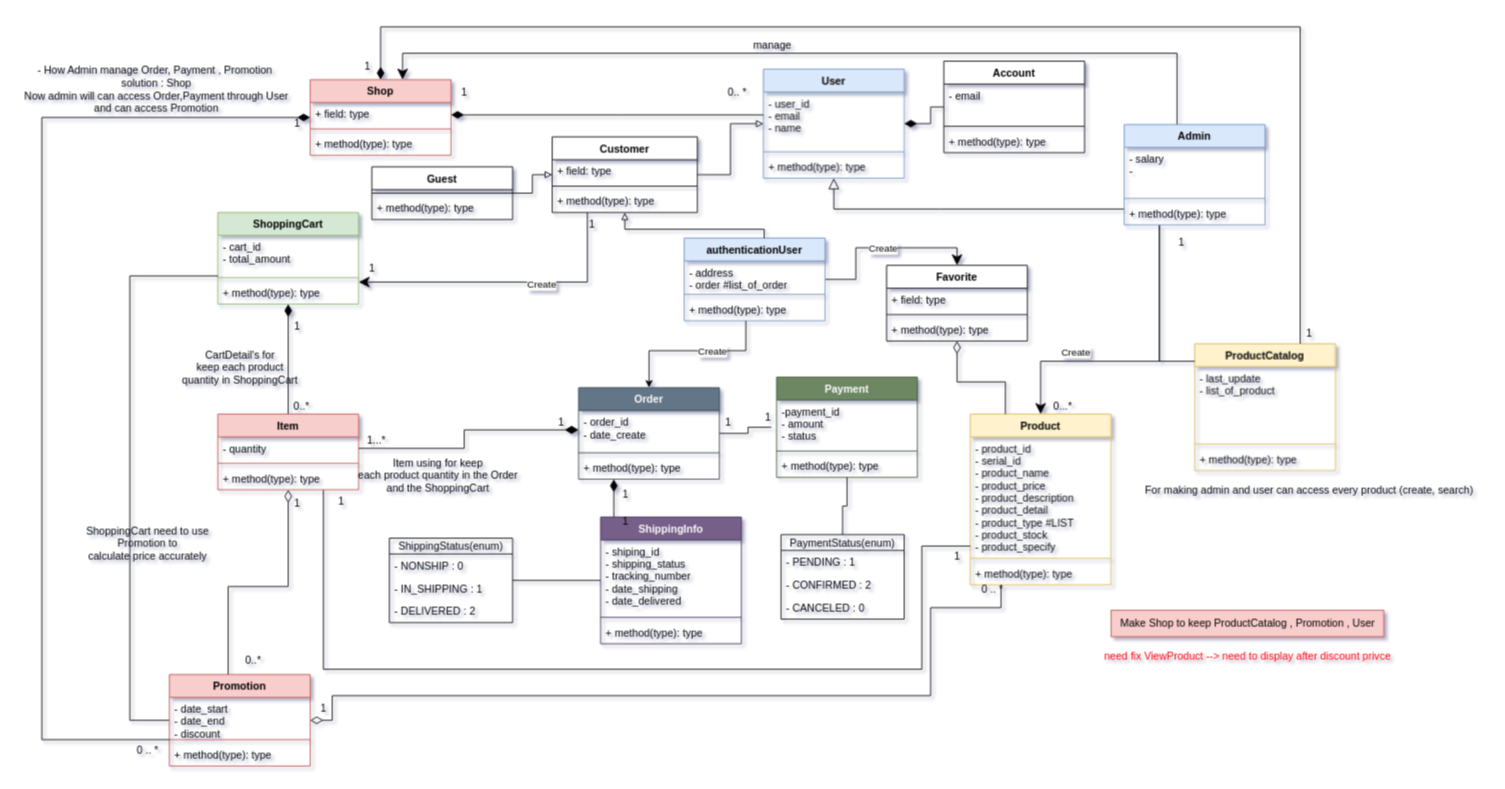
Maikittitee/4u2-oop-project keeps this draw.io diagram as page "Class Diagram" (1 of 3) of source/class_diagram_4u2_renew.drawio. Above is the earlier version. Source tidied: cells renumbered, new cells numbered last; positions are measured from the earlier drawing's top-left corner, leaving out a move shared by most shapes. Both pictures are drawn from the tidied source at 88%, with x=0, y=0 at pixel (15, 26).
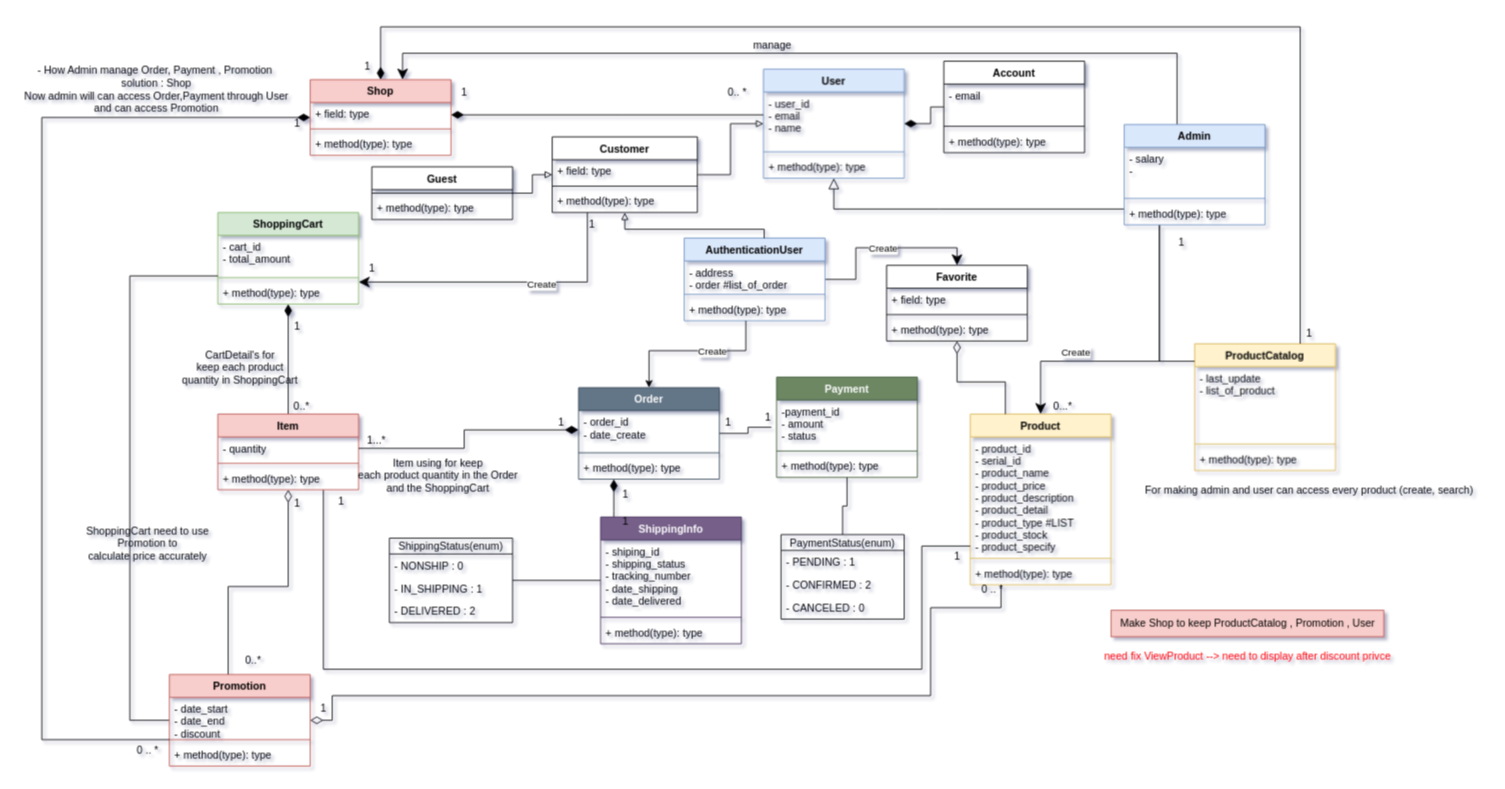
After the change.

The edit, as a diff of the source:
```diff
@@
-    <mxCell id="20" value="authenticationUser" style="swimlane;fontStyle=1;align=center;verticalAlign=top;horizontal=1;startSize=26;fillColor=#dae8fc;strokeColor=#6c8ebf;" parent="1" vertex="1">
+    <mxCell id="20" value="AuthenticationUser" style="swimlane;fontStyle=1;align=center;verticalAlign=top;horizontal=1;startSize=26;fillColor=#dae8fc;strokeColor=#6c8ebf;" parent="1" vertex="1">
       <mxGeometry x="760" y="240" width="160" height="94" as="geometry" />
     </mxCell>
```
